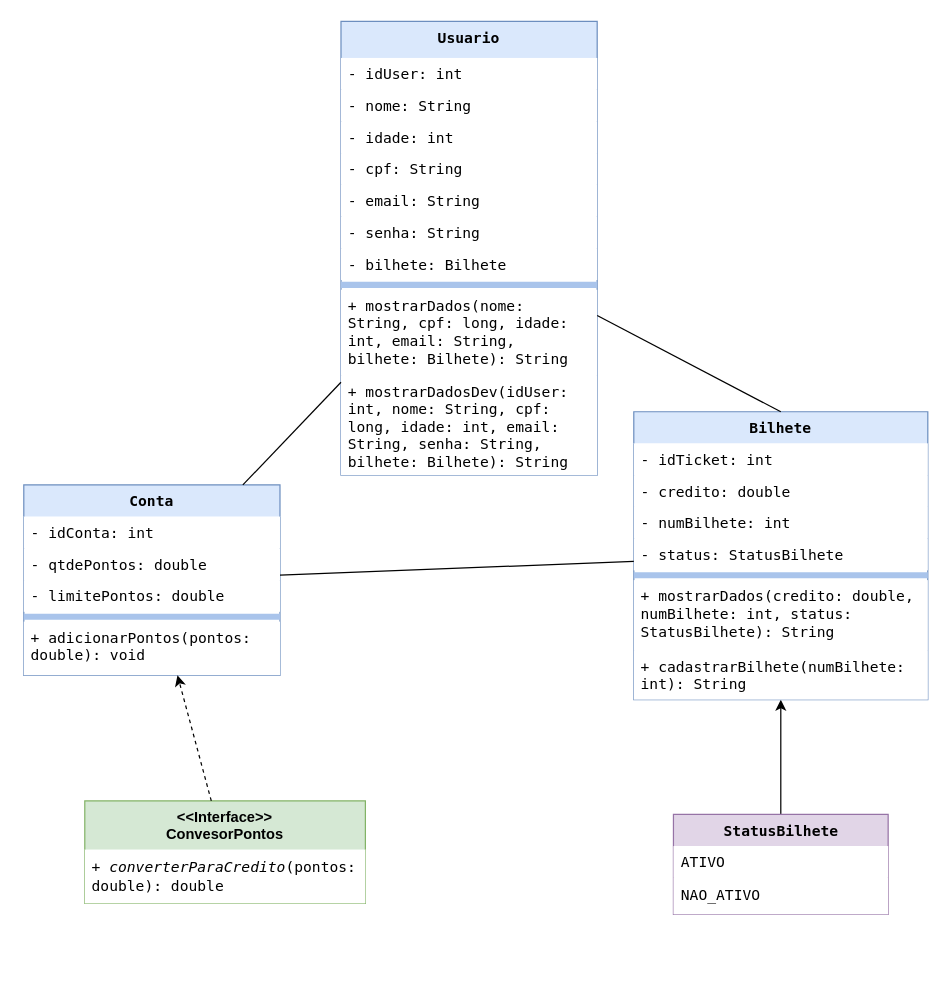
This is soulpass_project/java_soulpass_diagram.drawio from SoulPass-1TDSPJ/java_soulpass, a draw.io file, before an edit. Source tidied: cells renumbered, new cells numbered last; positions are measured from the earlier drawing's top-left corner, leaving out a move shared by most shapes. Both pictures are drawn from the tidied source at 122%, with x=0, y=0 at pixel (23, 21).
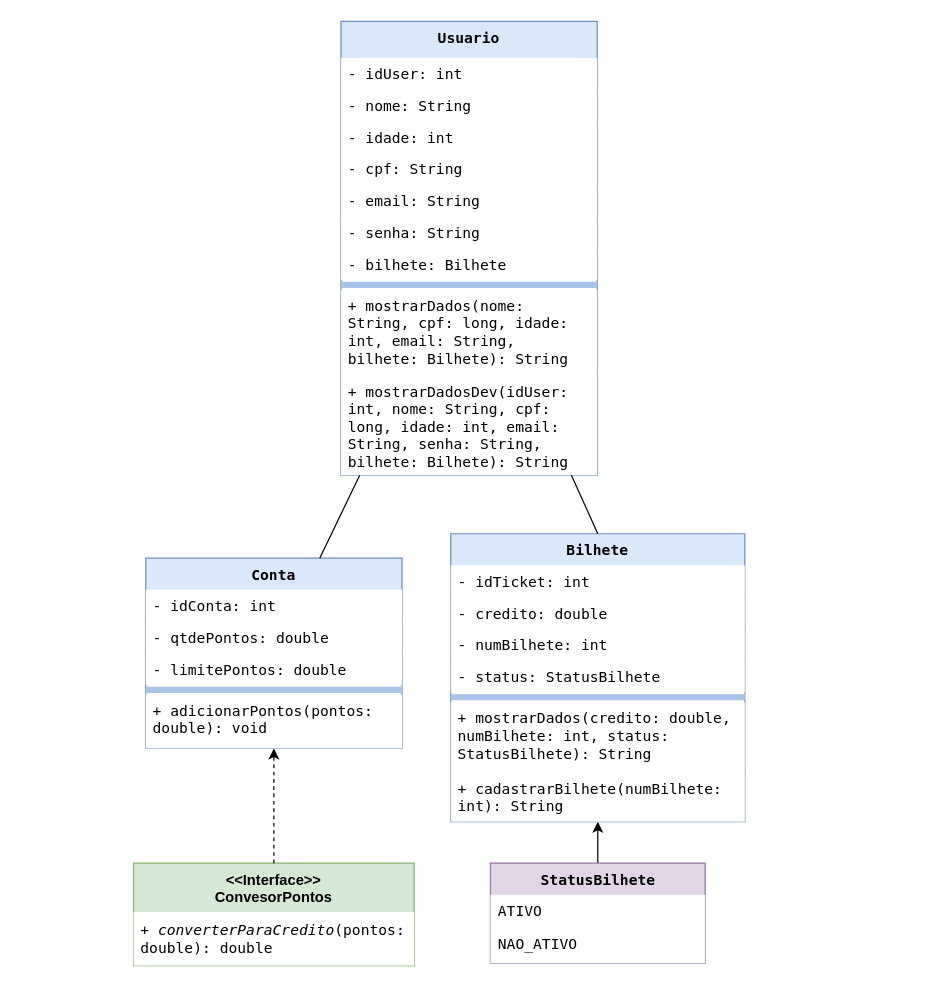
After the change.

Commit message:
docs: Diagrama atualizado

Diff of the diagram source:
```diff
@@
     <mxCell id="13" value="Conta" style="swimlane;fontStyle=1;align=center;verticalAlign=top;horizontal=1;startSize=26;whiteSpace=wrap;html=1;fillColor=#dae8fc;strokeColor=#6c8ebf;shadow=0;swimlaneLine=0;rounded=0;fontColor=#000000;fontFamily=Lucida Console;" parent="1" vertex="1">
-      <mxGeometry y="380" width="210" height="156" as="geometry" />
+      <mxGeometry x="100" y="440" width="210" height="156" as="geometry" />
     </mxCell>
@@
     <mxCell id="20" value="StatusBilhete" style="swimlane;fontStyle=1;align=center;verticalAlign=top;horizontal=1;startSize=26;whiteSpace=wrap;html=1;fillColor=#e1d5e7;strokeColor=#9673a6;swimlaneLine=0;fontColor=#000000;fontFamily=Lucida Console;" parent="1" vertex="1">
-      <mxGeometry x="532.5" y="650" width="176" height="82" as="geometry" />
+      <mxGeometry x="382.5" y="690" width="176" height="82" as="geometry" />
     </mxCell>
@@
     <mxCell id="23" value="Bilhete" style="swimlane;fontStyle=1;align=center;verticalAlign=top;horizontal=1;startSize=26;whiteSpace=wrap;html=1;fillColor=#dae8fc;strokeColor=#6c8ebf;rounded=0;swimlaneLine=0;fontColor=#000000;fontFamily=Lucida Console;" parent="1" vertex="1">
-      <mxGeometry x="500" y="320" width="241" height="236" as="geometry" />
+      <mxGeometry x="350" y="420" width="241" height="236" as="geometry" />
     </mxCell>
@@
     <mxCell id="31" value="&lt;div&gt;&amp;lt;&amp;lt;Interface&amp;gt;&amp;gt;&lt;/div&gt;ConvesorPontos" style="swimlane;fontStyle=1;align=center;verticalAlign=top;horizontal=1;startSize=40;whiteSpace=wrap;html=1;fillColor=#d5e8d4;strokeColor=#82b366;swimlaneLine=0;" parent="1" vertex="1">
-      <mxGeometry x="50" y="639" width="230" height="84" as="geometry" />
+      <mxGeometry x="90" y="690" width="230" height="84" as="geometry" />
     </mxCell>
@@
-    <mxCell id="35" style="endArrow=none;html=1;rounded=0;" parent="1" edge="1" source="13" target="23">
-      <mxGeometry relative="1" as="geometry" />
-    </mxCell>
```
